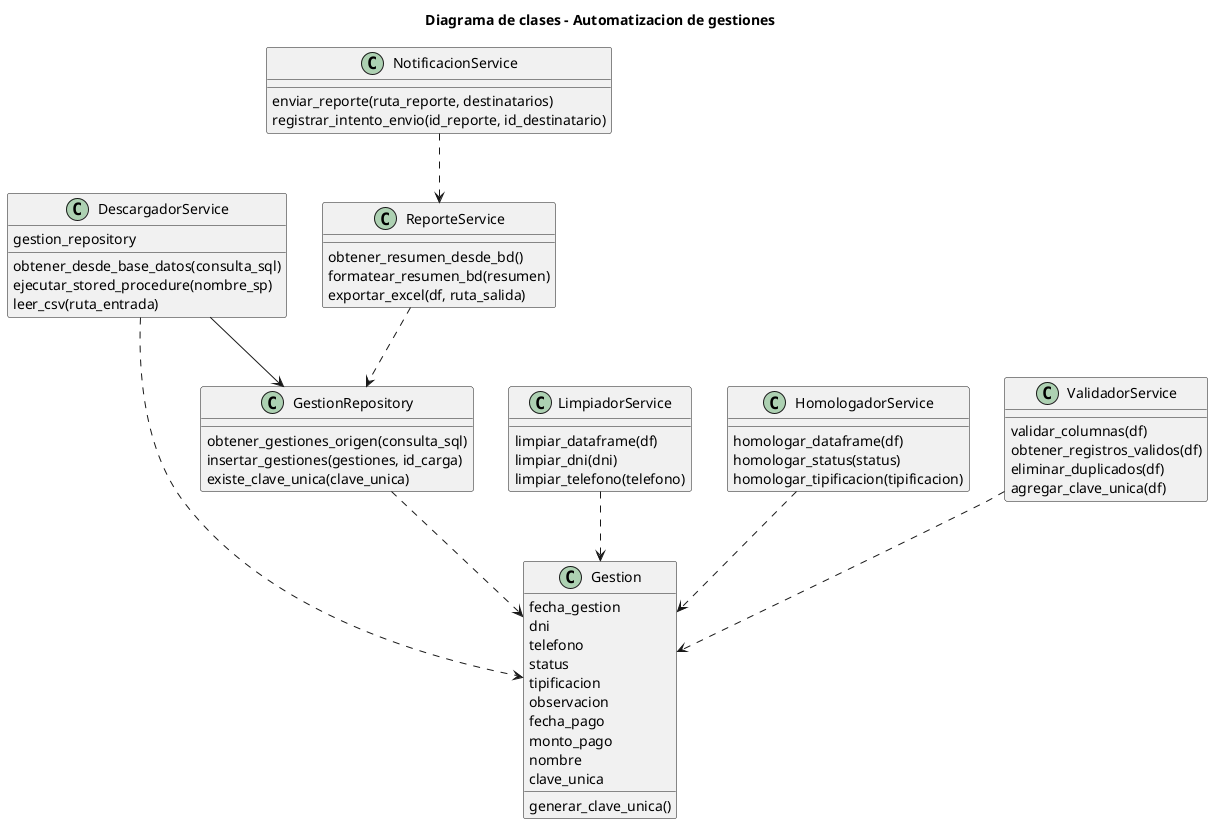
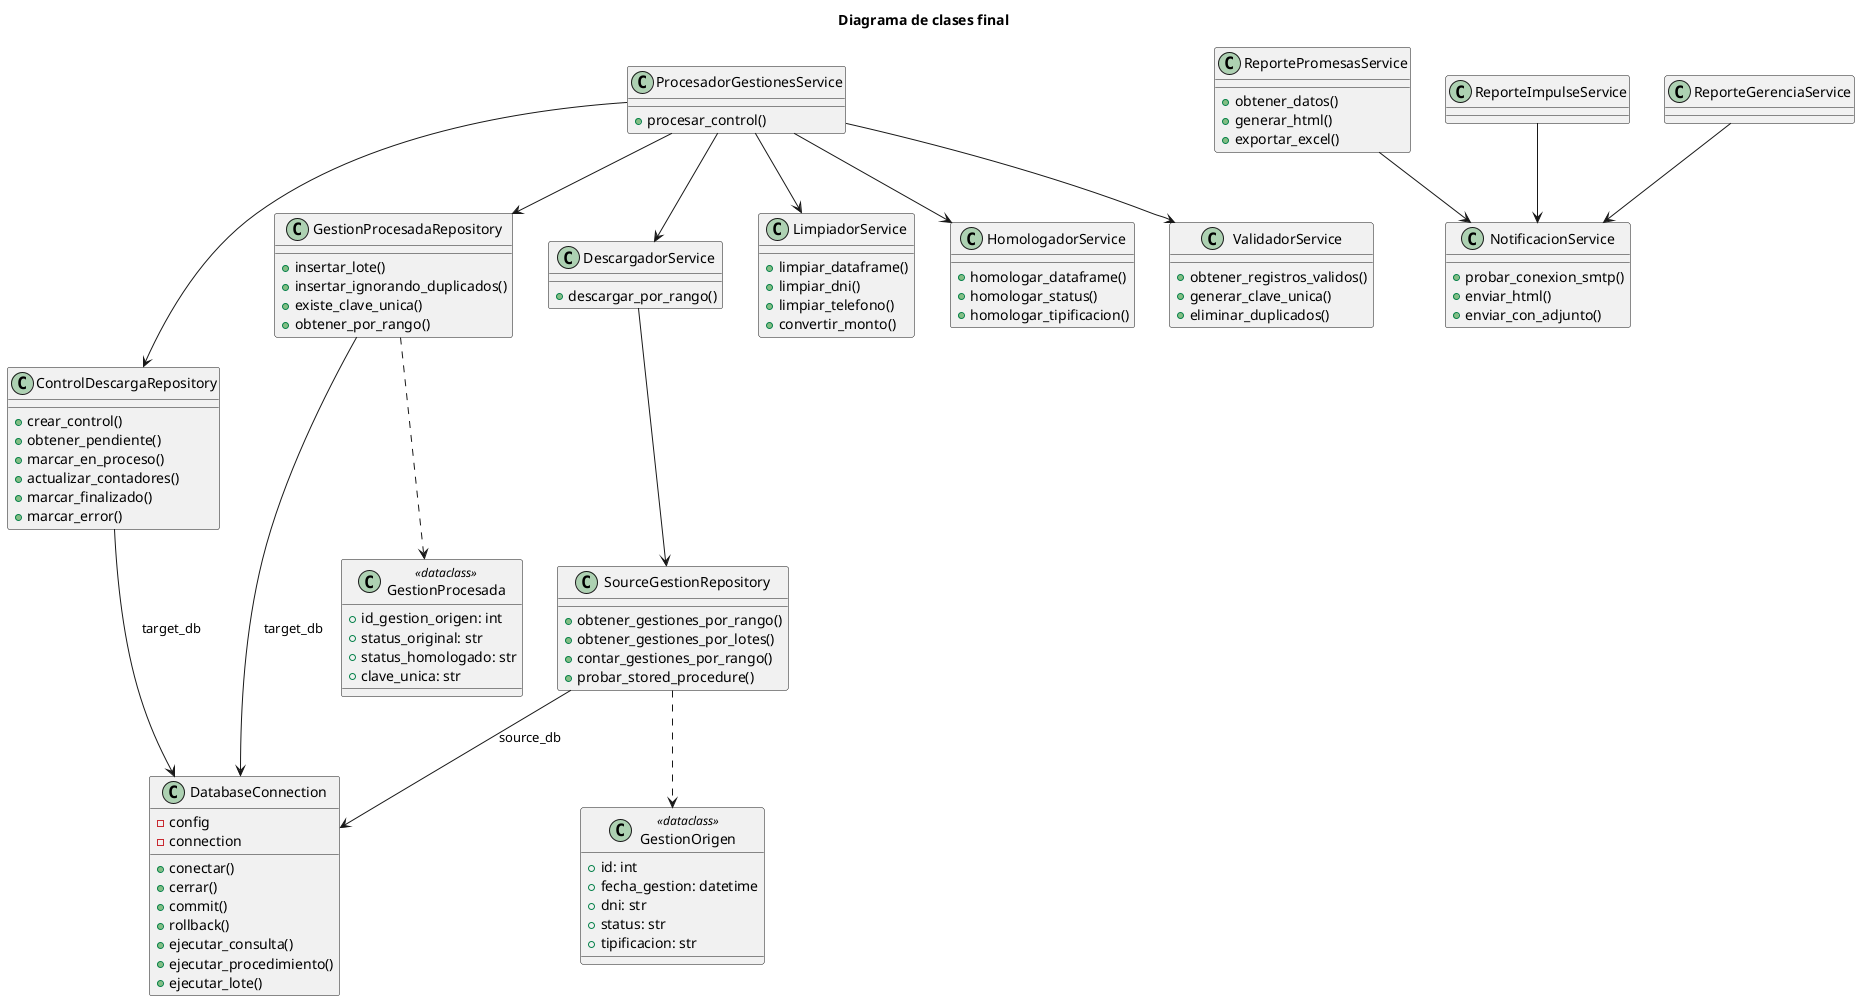
@startuml
- title Diagrama de clases - Automatizacion de gestiones
+ title Diagrama de clases final

- class Gestion {
-   fecha_gestion
-   dni
-   telefono
-   status
-   tipificacion
-   observacion
-   fecha_pago
-   monto_pago
-   nombre
-   clave_unica
-   generar_clave_unica()
+ class DatabaseConnection {
+   - config
+   - connection
+   + conectar()
+   + cerrar()
+   + commit()
+   + rollback()
+   + ejecutar_consulta()
+   + ejecutar_procedimiento()
+   + ejecutar_lote()
+ }
+ 
+ class GestionOrigen <<dataclass>> {
+   + id: int
+   + fecha_gestion: datetime
+   + dni: str
+   + status: str
+   + tipificacion: str
+ }
+ 
+ class GestionProcesada <<dataclass>> {
+   + id_gestion_origen: int
+   + status_original: str
+   + status_homologado: str
+   + clave_unica: str
+ }
+ 
+ class SourceGestionRepository {
+   + obtener_gestiones_por_rango()
+   + obtener_gestiones_por_lotes()
+   + contar_gestiones_por_rango()
+   + probar_stored_procedure()
+ }
+ 
+ class ControlDescargaRepository {
+   + crear_control()
+   + obtener_pendiente()
+   + marcar_en_proceso()
+   + actualizar_contadores()
+   + marcar_finalizado()
+   + marcar_error()
+ }
+ 
+ class GestionProcesadaRepository {
+   + insertar_lote()
+   + insertar_ignorando_duplicados()
+   + existe_clave_unica()
+   + obtener_por_rango()
}

class DescargadorService {
-   gestion_repository
-   obtener_desde_base_datos(consulta_sql)
-   ejecutar_stored_procedure(nombre_sp)
-   leer_csv(ruta_entrada)
+   + descargar_por_rango()
}

class LimpiadorService {
-   limpiar_dataframe(df)
-   limpiar_dni(dni)
-   limpiar_telefono(telefono)
+   + limpiar_dataframe()
+   + limpiar_dni()
+   + limpiar_telefono()
+   + convertir_monto()
}

class HomologadorService {
-   homologar_dataframe(df)
-   homologar_status(status)
-   homologar_tipificacion(tipificacion)
+   + homologar_dataframe()
+   + homologar_status()
+   + homologar_tipificacion()
}

class ValidadorService {
-   validar_columnas(df)
-   obtener_registros_validos(df)
-   eliminar_duplicados(df)
-   agregar_clave_unica(df)
+   + obtener_registros_validos()
+   + generar_clave_unica()
+   + eliminar_duplicados()
}

- class GestionRepository {
-   obtener_gestiones_origen(consulta_sql)
-   insertar_gestiones(gestiones, id_carga)
-   existe_clave_unica(clave_unica)
+ class ProcesadorGestionesService {
+   + procesar_control()
}

- class ReporteService {
-   obtener_resumen_desde_bd()
-   formatear_resumen_bd(resumen)
-   exportar_excel(df, ruta_salida)
+ class ReportePromesasService {
+   + obtener_datos()
+   + generar_html()
+   + exportar_excel()
+ }
+ class ReporteImpulseService
+ class ReporteGerenciaService
+ class NotificacionService {
+   + probar_conexion_smtp()
+   + enviar_html()
+   + enviar_con_adjunto()
}

- class NotificacionService {
-   enviar_reporte(ruta_reporte, destinatarios)
-   registrar_intento_envio(id_reporte, id_destinatario)
- }
- 
- DescargadorService --> GestionRepository
- DescargadorService ..> Gestion
- LimpiadorService ..> Gestion
- HomologadorService ..> Gestion
- ValidadorService ..> Gestion
- GestionRepository ..> Gestion
- ReporteService ..> GestionRepository
- NotificacionService ..> ReporteService
- 
+ SourceGestionRepository --> DatabaseConnection : source_db
+ GestionProcesadaRepository --> DatabaseConnection : target_db
+ ControlDescargaRepository --> DatabaseConnection : target_db
+ DescargadorService --> SourceGestionRepository
+ ProcesadorGestionesService --> DescargadorService
+ ProcesadorGestionesService --> LimpiadorService
+ ProcesadorGestionesService --> HomologadorService
+ ProcesadorGestionesService --> ValidadorService
+ ProcesadorGestionesService --> GestionProcesadaRepository
+ ProcesadorGestionesService --> ControlDescargaRepository
+ SourceGestionRepository ..> GestionOrigen
+ GestionProcesadaRepository ..> GestionProcesada
+ ReportePromesasService --> NotificacionService
+ ReporteImpulseService --> NotificacionService
+ ReporteGerenciaService --> NotificacionService
@enduml
- 
